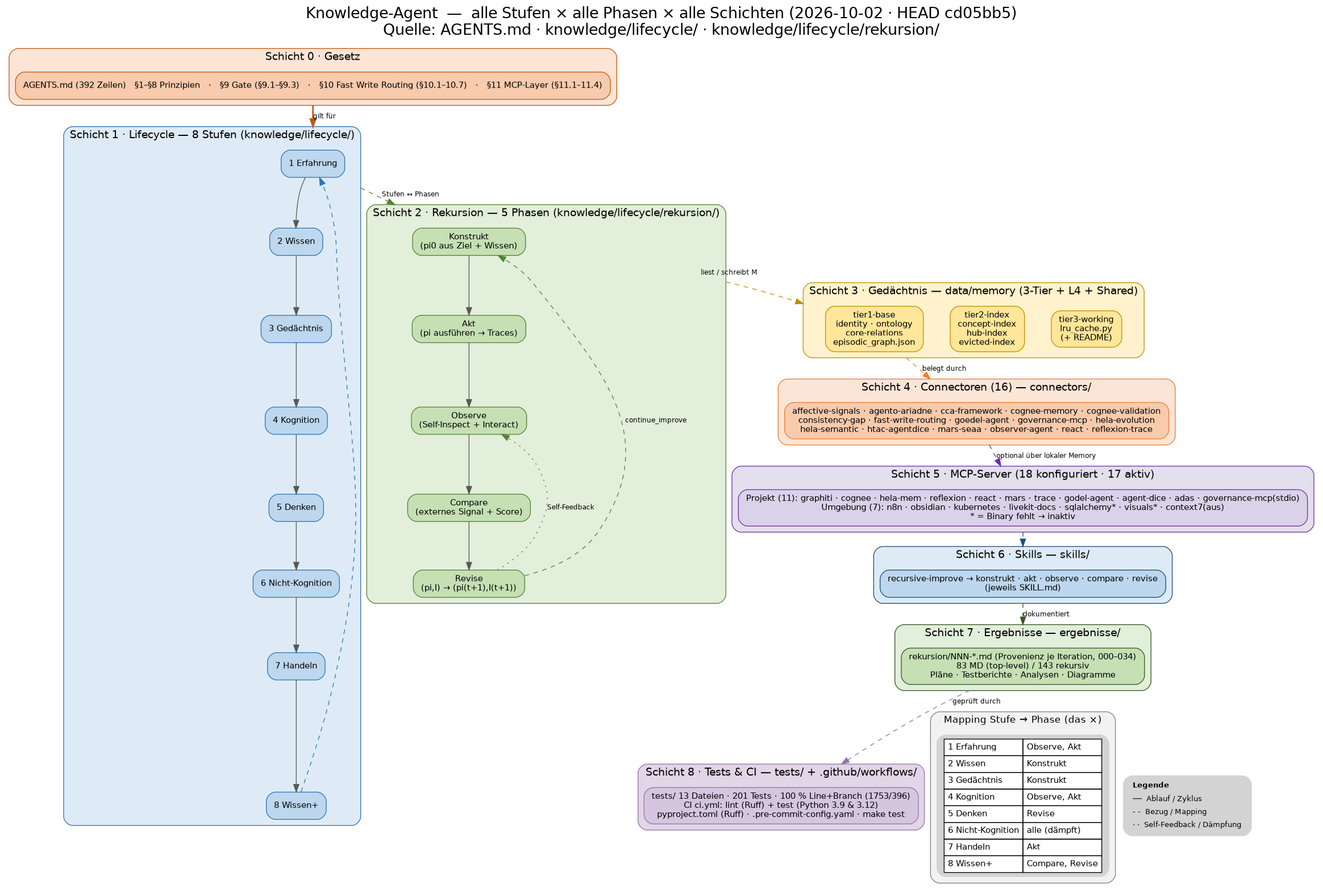
abatn/Ata3lm keeps this Graphviz diagram as ergebnisse/knowledge-agent-diagramm.png. Above is the earlier version. Its source is kept beside it as ergebnisse/knowledge-agent-diagramm.dot.
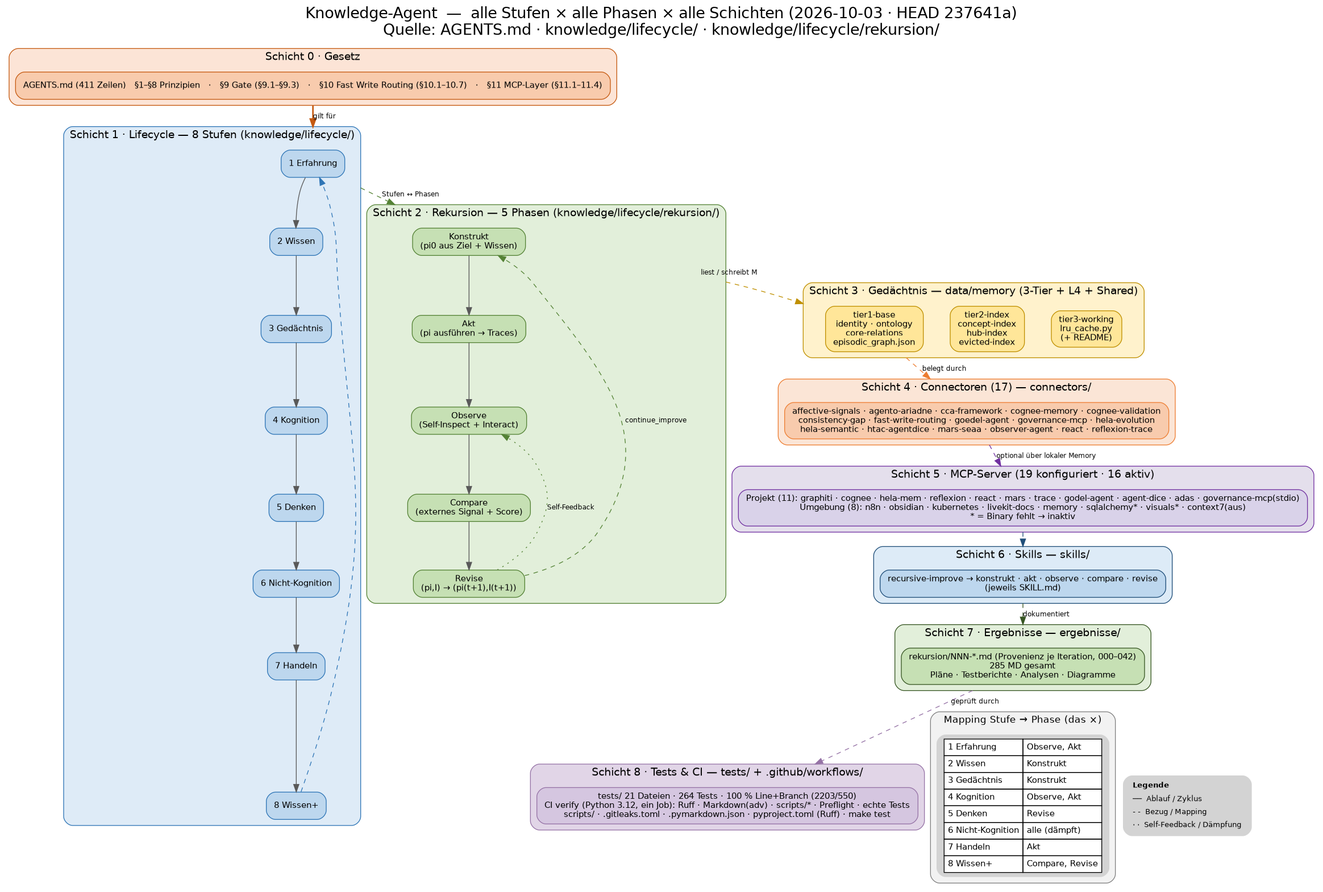
After the change.

Commit message:
docs: Diagramme auf Ist-Stand (CI 042) - verbindungen-diagramm.md + knowledge-agent-diagramm.dot/png/svg

The edit, as a diff of the source:
```diff
@@ -5,14 +5,14 @@
   fontname="DejaVu Sans";
   labelloc="t";
   fontsize=20;
-  label="Knowledge-Agent  —  alle Stufen × alle Phasen × alle Schichten (2026-10-02 · HEAD cd05bb5)\nQuelle: AGENTS.md · knowledge/lifecycle/ · knowledge/lifecycle/rekursion/";
+  label="Knowledge-Agent  —  alle Stufen × alle Phasen × alle Schichten (2026-10-03 · HEAD 237641a)\nQuelle: AGENTS.md · knowledge/lifecycle/ · knowledge/lifecycle/rekursion/";
   node [shape=box, style="rounded,filled", fontname="DejaVu Sans", fontsize=11, margin="0.14,0.09"];
   edge [fontname="DejaVu Sans", fontsize=9, color="#595959"];
 
   subgraph cluster_law {
     label="Schicht 0 · Gesetz";
     style="filled,rounded"; fillcolor="#FCE4D6"; color="#C55A11"; fontsize=14;
-    law [label="AGENTS.md (392 Zeilen)   §1–§8 Prinzipien   ·   §9 Gate (§9.1–§9.3)   ·   §10 Fast Write Routing (§10.1–10.7)   ·   §11 MCP-Layer (§11.1–11.4)", fillcolor="#F8CBAD", color="#C55A11"];
+    law [label="AGENTS.md (411 Zeilen)   §1–§8 Prinzipien   ·   §9 Gate (§9.1–§9.3)   ·   §10 Fast Write Routing (§10.1–10.7)   ·   §11 MCP-Layer (§11.1–11.4)", fillcolor="#F8CBAD", color="#C55A11"];
   }
 
   subgraph cluster_stufen {
@@ -54,15 +54,15 @@
   }
 
   subgraph cluster_conn {
-    label="Schicht 4 · Connectoren (16) — connectors/";
+    label="Schicht 4 · Connectoren (17) — connectors/";
     style="filled,rounded"; fillcolor="#FBE5D6"; color="#ED7D31"; fontsize=14;
     conn [label="affective-signals · agento-ariadne · cca-framework · cognee-memory · cognee-validation\nconsistency-gap · fast-write-routing · goedel-agent · governance-mcp · hela-evolution\nhela-semantic · htac-agentdice · mars-seaa · observer-agent · react · reflexion-trace", fillcolor="#F8CBAD", color="#ED7D31"];
   }
 
   subgraph cluster_mcp {
-    label="Schicht 5 · MCP-Server (18 konfiguriert · 17 aktiv)";
+    label="Schicht 5 · MCP-Server (19 konfiguriert · 16 aktiv)";
     style="filled,rounded"; fillcolor="#E4DFEC"; color="#7030A0"; fontsize=14;
-    mcp [label="Projekt (11): graphiti · cognee · hela-mem · reflexion · react · mars · trace · godel-agent · agent-dice · adas · governance-mcp(stdio)\nUmgebung (7): n8n · obsidian · kubernetes · livekit-docs · sqlalchemy* · visuals* · context7(aus)\n* = Binary fehlt → inaktiv", fillcolor="#D9D2E9", color="#7030A0"];
+    mcp [label="Projekt (11): graphiti · cognee · hela-mem · reflexion · react · mars · trace · godel-agent · agent-dice · adas · governance-mcp(stdio)\nUmgebung (8): n8n · obsidian · kubernetes · livekit-docs · memory · sqlalchemy* · visuals* · context7(aus)\n* = Binary fehlt → inaktiv", fillcolor="#D9D2E9", color="#7030A0"];
   }
 
   subgraph cluster_skills {
@@ -74,13 +74,13 @@
   subgraph cluster_res {
     label="Schicht 7 · Ergebnisse — ergebnisse/";
     style="filled,rounded"; fillcolor="#E2EFDA"; color="#375623"; fontsize=14;
-    res [label="rekursion/NNN-*.md (Provenienz je Iteration, 000–034)\n83 MD (top-level) / 143 rekursiv\nPläne · Testberichte · Analysen · Diagramme", fillcolor="#C6E0B4", color="#375623"];
+    res [label="rekursion/NNN-*.md (Provenienz je Iteration, 000–042)\n285 MD gesamt\nPläne · Testberichte · Analysen · Diagramme", fillcolor="#C6E0B4", color="#375623"];
   }
 
   subgraph cluster_tests {
     label="Schicht 8 · Tests & CI — tests/ + .github/workflows/";
     style="filled,rounded"; fillcolor="#E1D5E7"; color="#9673A6"; fontsize=14;
-    tst [label="tests/ 13 Dateien · 201 Tests · 100 % Line+Branch (1753/396)\nCI ci.yml: lint (Ruff) + test (Python 3.9 & 3.12)\npyproject.toml (Ruff) · .pre-commit-config.yaml · make test", fillcolor="#D5C6E0", color="#9673A6"];
+    tst [label="tests/ 21 Dateien · 264 Tests · 100 % Line+Branch (2203/550)\nCI verify (Python 3.12, ein Job): Ruff · Markdown(adv) · scripts/* · Preflight · echte Tests\nscripts/ · .gitleaks.toml · .pymarkdown.json · pyproject.toml (Ruff) · make test", fillcolor="#D5C6E0", color="#9673A6"];
   }
 
   law -> s1 [ltail=cluster_law, lhead=cluster_stufen, style=bold, color="#C55A11", label="gilt für"];
```
